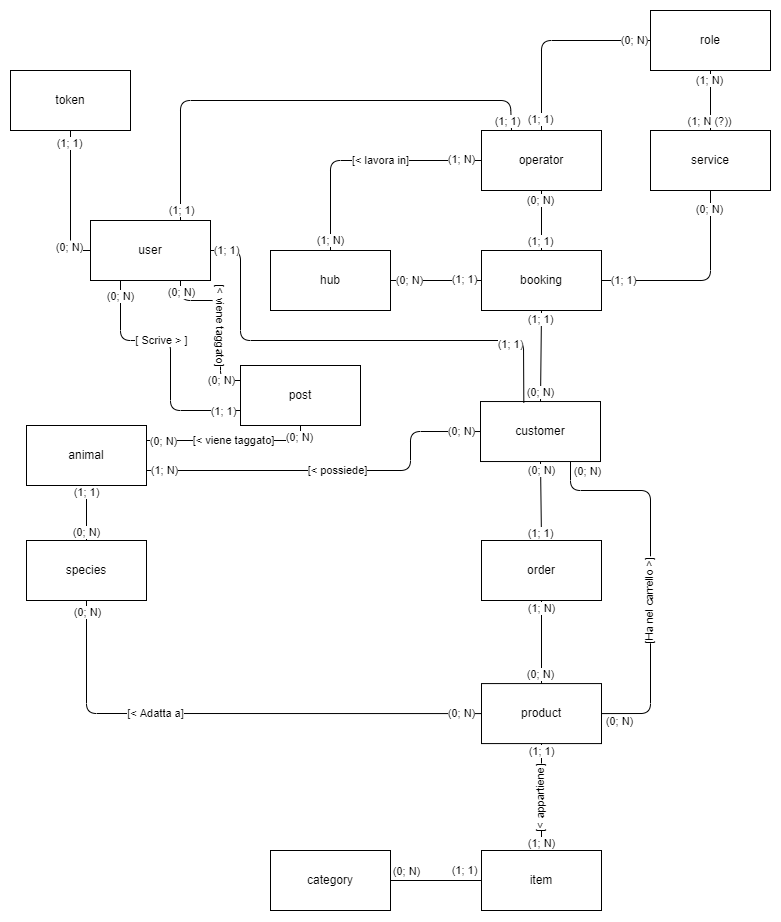
NotXia/animal-house keeps this draw.io diagram as docs/db/animal_house_er.png. Above is the earlier version. Source tidied: cells renumbered, new cells last; positions are measured from the earlier drawing's top-left corner, leaving out a move shared by most shapes.
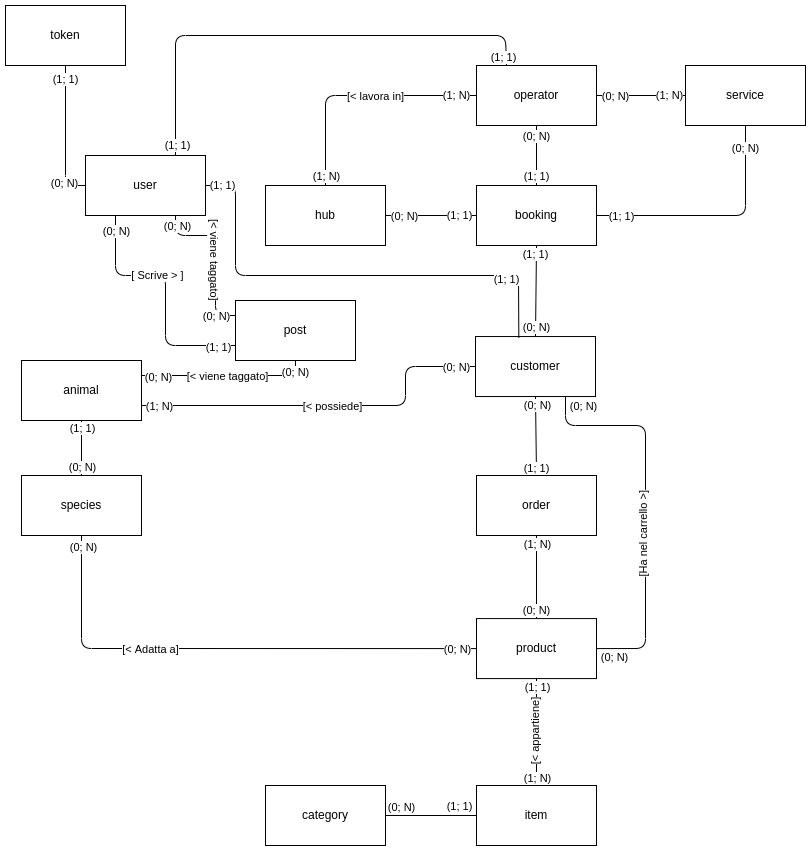
Above is the later version.

Commit message:
Update db rimosso modello Role

Diff of the diagram source:
```diff
@@ -17,11 +17,8 @@
     <mxCell id="6" value="hub" style="rounded=0;whiteSpace=wrap;html=1;" parent="1" vertex="1">
       <mxGeometry x="260" y="240" width="120" height="60" as="geometry" />
     </mxCell>
-    <mxCell id="7" value="role" style="rounded=0;whiteSpace=wrap;html=1;" parent="1" vertex="1">
-      <mxGeometry x="640" width="120" height="60" as="geometry" />
-    </mxCell>
     <mxCell id="8" value="service" style="rounded=0;whiteSpace=wrap;html=1;" parent="1" vertex="1">
-      <mxGeometry x="640" y="120" width="120" height="60" as="geometry" />
+      <mxGeometry x="680" y="120" width="120" height="60" as="geometry" />
     </mxCell>
     <mxCell id="9" value="category" style="rounded=0;whiteSpace=wrap;html=1;" parent="1" vertex="1">
       <mxGeometry x="260" y="840" width="120" height="60" as="geometry" />
@@ -254,7 +251,7 @@
     <mxCell id="57" style="endArrow=none;html=1;entryX=0.5;entryY=1;entryDx=0;entryDy=0;exitX=1;exitY=0.5;exitDx=0;exitDy=0;" parent="1" edge="1" source="5" target="8">
       <mxGeometry relative="1" as="geometry">
         <Array as="points">
-          <mxPoint x="700" y="270" />
+          <mxPoint x="740" y="270" />
         </Array>
       </mxGeometry>
     </mxCell>
@@ -292,36 +289,6 @@
         <mxPoint x="12.5" as="offset" />
       </mxGeometry>
     </mxCell>
-    <mxCell id="66" style="endArrow=none;html=1;entryX=0.5;entryY=1;entryDx=0;entryDy=0;exitX=0.5;exitY=0;exitDx=0;exitDy=0;" parent="1" edge="1" source="8" target="7">
-      <mxGeometry relative="1" as="geometry" />
-    </mxCell>
-    <mxCell id="67" value="(1; N (?))" style="edgeLabel;html=1;align=center;verticalAlign=middle;" parent="66" vertex="1">
-      <mxGeometry x="0.81" y="1" relative="1" as="geometry">
-        <mxPoint y="44.5" as="offset" />
-      </mxGeometry>
-    </mxCell>
-    <mxCell id="68" value="(1; N)" style="edgeLabel;html=1;align=center;verticalAlign=middle;" parent="66" vertex="1">
-      <mxGeometry x="-0.87" relative="1" as="geometry">
-        <mxPoint x="-0.9" y="-46.5" as="offset" />
-      </mxGeometry>
-    </mxCell>
-    <mxCell id="69" style="endArrow=none;html=1;entryX=0;entryY=0.5;entryDx=0;entryDy=0;exitX=0.5;exitY=0;exitDx=0;exitDy=0;" parent="1" edge="1" source="4" target="7">
-      <mxGeometry relative="1" as="geometry">
-        <Array as="points">
-          <mxPoint x="531" y="30" />
-        </Array>
-      </mxGeometry>
-    </mxCell>
-    <mxCell id="70" value="(1; 1)" style="edgeLabel;html=1;align=center;verticalAlign=middle;" parent="69" vertex="1">
-      <mxGeometry x="-0.87" y="-1" relative="1" as="geometry">
-        <mxPoint x="-2" y="2.1" as="offset" />
-      </mxGeometry>
-    </mxCell>
-    <mxCell id="71" value="(0; N)" style="edgeLabel;html=1;align=center;verticalAlign=middle;" parent="69" vertex="1">
-      <mxGeometry x="0.74" y="1" relative="1" as="geometry">
-        <mxPoint x="8.9" y="1" as="offset" />
-      </mxGeometry>
-    </mxCell>
     <mxCell id="72" style="endArrow=none;html=1;entryX=0;entryY=0.5;entryDx=0;entryDy=0;exitX=0.5;exitY=0;exitDx=0;exitDy=0;" parent="1" edge="1" source="6" target="4">
       <mxGeometry relative="1" as="geometry">
         <Array as="points">
@@ -406,5 +373,18 @@
         <mxPoint y="1" as="offset" />
       </mxGeometry>
     </mxCell>
+    <mxCell id="88" style="endArrow=none;html=1;entryX=0;entryY=0.5;entryDx=0;entryDy=0;exitX=1;exitY=0.5;exitDx=0;exitDy=0;" parent="1" edge="1" source="4" target="8">
+      <mxGeometry relative="1" as="geometry" />
+    </mxCell>
+    <mxCell id="68" value="(1; N)" style="edgeLabel;html=1;align=center;verticalAlign=middle;" parent="88" vertex="1">
+      <mxGeometry x="0.81" y="1" relative="1" as="geometry">
+        <mxPoint x="-8.8" as="offset" />
+      </mxGeometry>
+    </mxCell>
+    <mxCell id="71" value="(0; N)" style="edgeLabel;html=1;align=center;verticalAlign=middle;" parent="88" vertex="1">
+      <mxGeometry x="-0.87" relative="1" as="geometry">
+        <mxPoint x="12.5" as="offset" />
+      </mxGeometry>
+    </mxCell>
   </root>
 </mxGraphModel>
```
